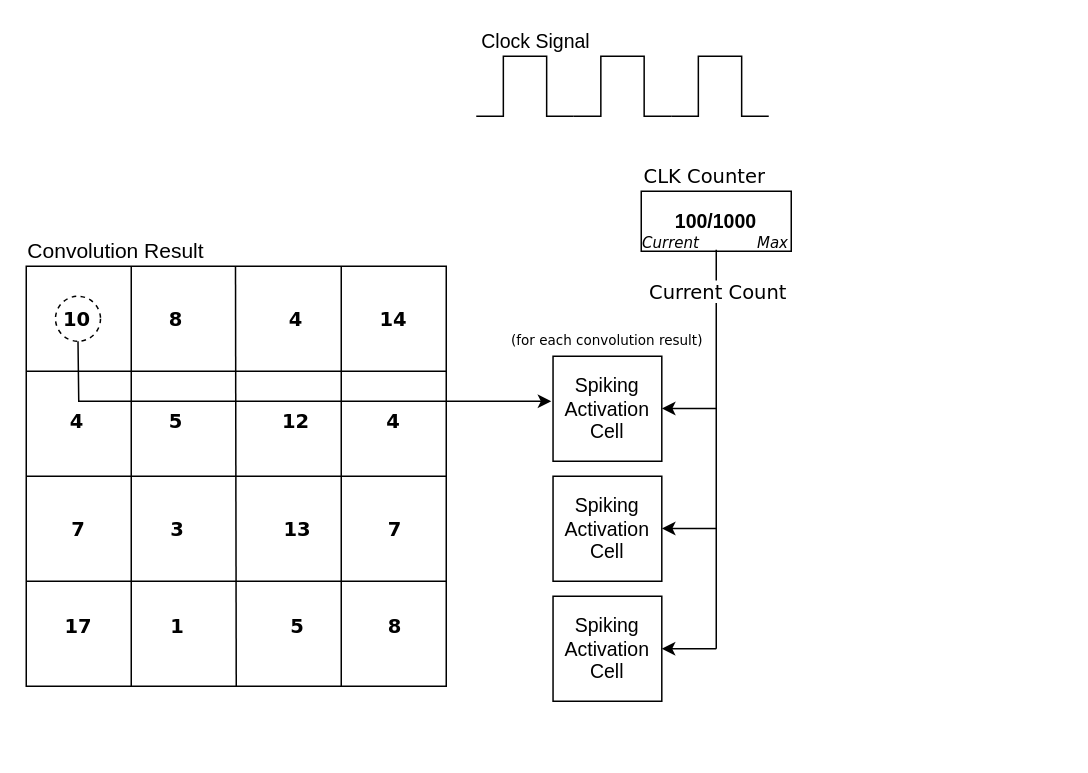
The draw.io diagram diagrams/spiking_activation_layer.drawio in HeatPhoenix/NLC4Space, before the edit. Source tidied: cells renumbered, new cells numbered last; positions are measured from the earlier drawing's top-left corner, leaving out a move shared by most shapes. Both pictures are drawn from the tidied source at 150%, with x=0, y=0 at pixel (26, 26).
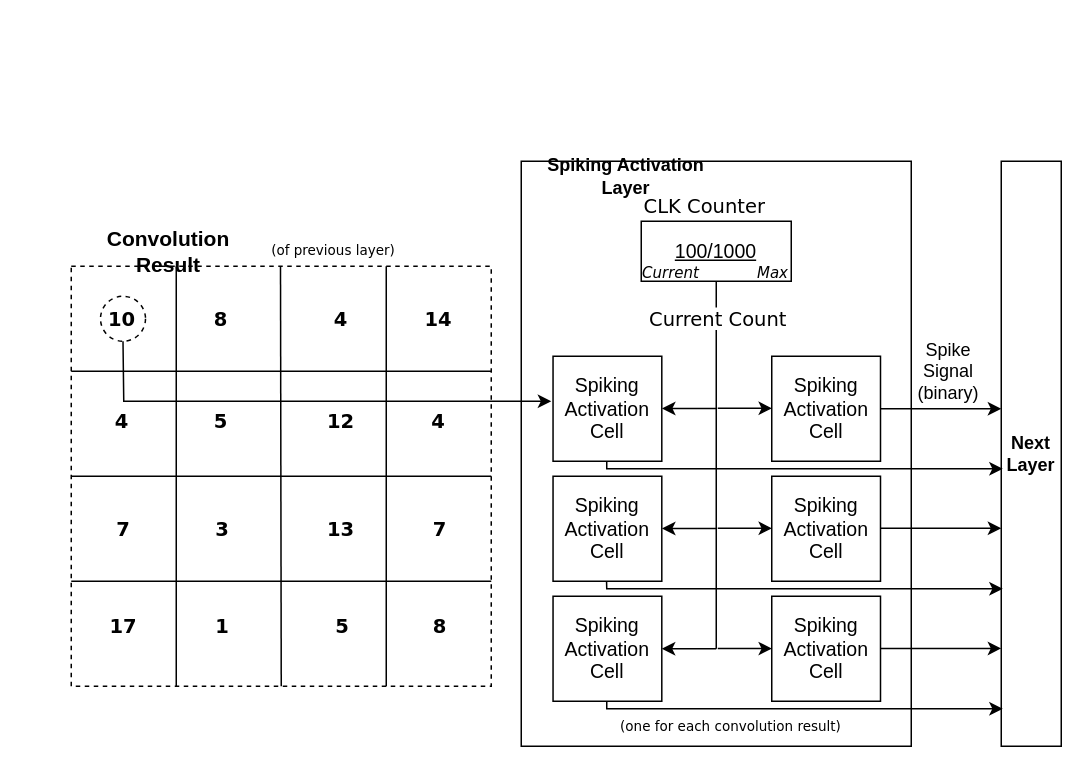
The same page after the edit.

Commit message (it also covers changes not shown here):
Finished the spiking layer diagrams, next is low pass layer

Unchanged cells that the change refers to:
```xml
<mxCell id="44" style="rounded=0;whiteSpace=wrap;html=1;fontFamily=Helvetica;fontSize=13;fillColor=none;" parent="43" vertex="1">
  <mxGeometry width="72.5" height="70" as="geometry" />
</mxCell>
```

Diff of the diagram source:
```diff
@@
+    <mxCell id="52" style="group;" parent="1" vertex="1">
+      <mxGeometry x="30" y="140" width="280" height="300" as="geometry" />
+    </mxCell>
-    <mxCell id="2" style="whiteSpace=wrap;html=1;fillColor=none;" parent="1" vertex="1">
-      <mxGeometry y="160" width="280" height="280" as="geometry" />
+    <mxCell id="2" style="whiteSpace=wrap;html=1;fillColor=none;dashed=1;" parent="52" vertex="1">
+      <mxGeometry y="20" width="280" height="280" as="geometry" />
     </mxCell>
-    <mxCell id="3" style="endArrow=none;html=1;exitX=0.25;exitY=1;exitDx=0;exitDy=0;entryX=0.25;entryY=0;entryDx=0;entryDy=0;" parent="1" edge="1" source="2" target="2">
+    <mxCell id="3" style="endArrow=none;html=1;exitX=0.25;exitY=1;exitDx=0;exitDy=0;entryX=0.25;entryY=0;entryDx=0;entryDy=0;" parent="52" edge="1" source="2" target="2">
       <mxGeometry relative="1" as="geometry" />
     </mxCell>
-    <mxCell id="4" style="endArrow=none;html=1;exitX=0.5;exitY=1;exitDx=0;exitDy=0;entryX=0.25;entryY=0;entryDx=0;entryDy=0;" parent="1" edge="1" source="2">
+    <mxCell id="4" style="endArrow=none;html=1;exitX=0.5;exitY=1;exitDx=0;exitDy=0;entryX=0.25;entryY=0;entryDx=0;entryDy=0;" parent="52" edge="1" source="2">
       <mxGeometry relative="1" as="geometry">
-        <mxPoint x="139.5" y="160" as="targetPoint" />
+        <mxPoint x="139.5" y="20" as="targetPoint" />
       </mxGeometry>
     </mxCell>
-    <mxCell id="5" style="endArrow=none;html=1;exitX=0.75;exitY=1;exitDx=0;exitDy=0;entryX=0.75;entryY=0;entryDx=0;entryDy=0;" parent="1" edge="1" source="2" target="2">
+    <mxCell id="5" style="endArrow=none;html=1;exitX=0.75;exitY=1;exitDx=0;exitDy=0;entryX=0.75;entryY=0;entryDx=0;entryDy=0;" parent="52" edge="1" source="2" target="2">
       <mxGeometry relative="1" as="geometry" />
     </mxCell>
-    <mxCell id="6" style="endArrow=none;html=1;entryX=1;entryY=0.75;entryDx=0;entryDy=0;exitX=0;exitY=0.75;exitDx=0;exitDy=0;" parent="1" edge="1" source="2" target="2">
+    <mxCell id="6" style="endArrow=none;html=1;entryX=1;entryY=0.75;entryDx=0;entryDy=0;exitX=0;exitY=0.75;exitDx=0;exitDy=0;" parent="52" edge="1" source="2" target="2">
       <mxGeometry relative="1" as="geometry" />
     </mxCell>
-    <mxCell id="7" style="endArrow=none;html=1;entryX=1;entryY=0.5;entryDx=0;entryDy=0;exitX=0;exitY=0.5;exitDx=0;exitDy=0;" parent="1" edge="1" source="2" target="2">
+    <mxCell id="7" style="endArrow=none;html=1;entryX=1;entryY=0.5;entryDx=0;entryDy=0;exitX=0;exitY=0.5;exitDx=0;exitDy=0;" parent="52" edge="1" source="2" target="2">
       <mxGeometry relative="1" as="geometry" />
     </mxCell>
-    <mxCell id="8" style="endArrow=none;html=1;exitX=0;exitY=0.25;exitDx=0;exitDy=0;" parent="1" edge="1" source="2">
+    <mxCell id="8" style="endArrow=none;html=1;exitX=0;exitY=0.25;exitDx=0;exitDy=0;" parent="52" edge="1" source="2">
       <mxGeometry relative="1" as="geometry">
-        <mxPoint x="280" y="230" as="targetPoint" />
+        <mxPoint x="280" y="90" as="targetPoint" />
       </mxGeometry>
     </mxCell>
-    <mxCell id="9" value="Convolution Result" style="text;html=1;strokeColor=none;fillColor=none;align=center;verticalAlign=middle;whiteSpace=wrap;rounded=0;fontSize=14;" parent="1" vertex="1">
-      <mxGeometry y="140" width="120" height="20" as="geometry" />
+    <mxCell id="9" value="&lt;b&gt;Convolution Result&lt;/b&gt;" style="text;html=1;strokeColor=none;fillColor=none;align=center;verticalAlign=middle;whiteSpace=wrap;rounded=0;fontSize=14;" parent="52" vertex="1">
+      <mxGeometry width="130" height="20" as="geometry" />
     </mxCell>
-    <mxCell id="10" value="10" style="text;html=1;strokeColor=none;fillColor=none;align=center;verticalAlign=middle;whiteSpace=wrap;rounded=0;fontStyle=1;fontFamily=Verdana;fontSize=13;" parent="1" vertex="1">
-      <mxGeometry x="14" y="185" width="40" height="20" as="geometry" />
+    <mxCell id="10" value="10" style="text;html=1;strokeColor=none;fillColor=none;align=center;verticalAlign=middle;whiteSpace=wrap;rounded=0;fontStyle=1;fontFamily=Verdana;fontSize=13;" parent="52" vertex="1">
+      <mxGeometry x="14" y="45" width="40" height="20" as="geometry" />
     </mxCell>
-    <mxCell id="11" value="8" style="text;html=1;strokeColor=none;fillColor=none;align=center;verticalAlign=middle;whiteSpace=wrap;rounded=0;fontStyle=1;fontFamily=Verdana;fontSize=13;" parent="1" vertex="1">
-      <mxGeometry x="80" y="185" width="40" height="20" as="geometry" />
+    <mxCell id="11" value="8" style="text;html=1;strokeColor=none;fillColor=none;align=center;verticalAlign=middle;whiteSpace=wrap;rounded=0;fontStyle=1;fontFamily=Verdana;fontSize=13;" parent="52" vertex="1">
+      <mxGeometry x="80" y="45" width="40" height="20" as="geometry" />
     </mxCell>
-    <mxCell id="12" value="4" style="text;html=1;strokeColor=none;fillColor=none;align=center;verticalAlign=middle;whiteSpace=wrap;rounded=0;fontStyle=1;fontFamily=Verdana;fontSize=13;" parent="1" vertex="1">
-      <mxGeometry x="160" y="185" width="40" height="20" as="geometry" />
+    <mxCell id="12" value="4" style="text;html=1;strokeColor=none;fillColor=none;align=center;verticalAlign=middle;whiteSpace=wrap;rounded=0;fontStyle=1;fontFamily=Verdana;fontSize=13;" parent="52" vertex="1">
+      <mxGeometry x="160" y="45" width="40" height="20" as="geometry" />
     </mxCell>
-    <mxCell id="13" value="14" style="text;html=1;strokeColor=none;fillColor=none;align=center;verticalAlign=middle;whiteSpace=wrap;rounded=0;fontStyle=1;fontFamily=Verdana;fontSize=13;" parent="1" vertex="1">
-      <mxGeometry x="225" y="185" width="40" height="20" as="geometry" />
+    <mxCell id="13" value="14" style="text;html=1;strokeColor=none;fillColor=none;align=center;verticalAlign=middle;whiteSpace=wrap;rounded=0;fontStyle=1;fontFamily=Verdana;fontSize=13;" parent="52" vertex="1">
+      <mxGeometry x="225" y="45" width="40" height="20" as="geometry" />
     </mxCell>
-    <mxCell id="14" value="4" style="text;html=1;strokeColor=none;fillColor=none;align=center;verticalAlign=middle;whiteSpace=wrap;rounded=0;fontStyle=1;fontFamily=Verdana;fontSize=13;" parent="1" vertex="1">
-      <mxGeometry x="14" y="253" width="40" height="20" as="geometry" />
+    <mxCell id="14" value="4" style="text;html=1;strokeColor=none;fillColor=none;align=center;verticalAlign=middle;whiteSpace=wrap;rounded=0;fontStyle=1;fontFamily=Verdana;fontSize=13;" parent="52" vertex="1">
+      <mxGeometry x="14" y="113" width="40" height="20" as="geometry" />
     </mxCell>
-    <mxCell id="15" value="5" style="text;html=1;strokeColor=none;fillColor=none;align=center;verticalAlign=middle;whiteSpace=wrap;rounded=0;fontStyle=1;fontFamily=Verdana;fontSize=13;" parent="1" vertex="1">
-      <mxGeometry x="80" y="253" width="40" height="20" as="geometry" />
+    <mxCell id="15" value="5" style="text;html=1;strokeColor=none;fillColor=none;align=center;verticalAlign=middle;whiteSpace=wrap;rounded=0;fontStyle=1;fontFamily=Verdana;fontSize=13;" parent="52" vertex="1">
+      <mxGeometry x="80" y="113" width="40" height="20" as="geometry" />
     </mxCell>
-    <mxCell id="16" value="12" style="text;html=1;strokeColor=none;fillColor=none;align=center;verticalAlign=middle;whiteSpace=wrap;rounded=0;fontStyle=1;fontFamily=Verdana;fontSize=13;" parent="1" vertex="1">
-      <mxGeometry x="160" y="253" width="40" height="20" as="geometry" />
+    <mxCell id="16" value="12" style="text;html=1;strokeColor=none;fillColor=none;align=center;verticalAlign=middle;whiteSpace=wrap;rounded=0;fontStyle=1;fontFamily=Verdana;fontSize=13;" parent="52" vertex="1">
+      <mxGeometry x="160" y="113" width="40" height="20" as="geometry" />
     </mxCell>
-    <mxCell id="17" value="4" style="text;html=1;strokeColor=none;fillColor=none;align=center;verticalAlign=middle;whiteSpace=wrap;rounded=0;fontStyle=1;fontFamily=Verdana;fontSize=13;" parent="1" vertex="1">
-      <mxGeometry x="225" y="253" width="40" height="20" as="geometry" />
+    <mxCell id="17" value="4" style="text;html=1;strokeColor=none;fillColor=none;align=center;verticalAlign=middle;whiteSpace=wrap;rounded=0;fontStyle=1;fontFamily=Verdana;fontSize=13;" parent="52" vertex="1">
+      <mxGeometry x="225" y="113" width="40" height="20" as="geometry" />
     </mxCell>
-    <mxCell id="18" value="7" style="text;html=1;strokeColor=none;fillColor=none;align=center;verticalAlign=middle;whiteSpace=wrap;rounded=0;fontStyle=1;fontFamily=Verdana;fontSize=13;" parent="1" vertex="1">
-      <mxGeometry x="14.5" y="325" width="40" height="20" as="geometry" />
+    <mxCell id="18" value="7" style="text;html=1;strokeColor=none;fillColor=none;align=center;verticalAlign=middle;whiteSpace=wrap;rounded=0;fontStyle=1;fontFamily=Verdana;fontSize=13;" parent="52" vertex="1">
+      <mxGeometry x="14.5" y="185" width="40" height="20" as="geometry" />
     </mxCell>
-    <mxCell id="19" value="3" style="text;html=1;strokeColor=none;fillColor=none;align=center;verticalAlign=middle;whiteSpace=wrap;rounded=0;fontStyle=1;fontFamily=Verdana;fontSize=13;" parent="1" vertex="1">
-      <mxGeometry x="80.5" y="325" width="40" height="20" as="geometry" />
+    <mxCell id="19" value="3" style="text;html=1;strokeColor=none;fillColor=none;align=center;verticalAlign=middle;whiteSpace=wrap;rounded=0;fontStyle=1;fontFamily=Verdana;fontSize=13;" parent="52" vertex="1">
+      <mxGeometry x="80.5" y="185" width="40" height="20" as="geometry" />
     </mxCell>
-    <mxCell id="20" value="13" style="text;html=1;strokeColor=none;fillColor=none;align=center;verticalAlign=middle;whiteSpace=wrap;rounded=0;fontStyle=1;fontFamily=Verdana;fontSize=13;" parent="1" vertex="1">
-      <mxGeometry x="160.5" y="325" width="40" height="20" as="geometry" />
+    <mxCell id="20" value="13" style="text;html=1;strokeColor=none;fillColor=none;align=center;verticalAlign=middle;whiteSpace=wrap;rounded=0;fontStyle=1;fontFamily=Verdana;fontSize=13;" parent="52" vertex="1">
+      <mxGeometry x="160" y="185" width="40" height="20" as="geometry" />
     </mxCell>
-    <mxCell id="21" value="7" style="text;html=1;strokeColor=none;fillColor=none;align=center;verticalAlign=middle;whiteSpace=wrap;rounded=0;fontStyle=1;fontFamily=Verdana;fontSize=13;" parent="1" vertex="1">
-      <mxGeometry x="225.5" y="325" width="40" height="20" as="geometry" />
+    <mxCell id="21" value="7" style="text;html=1;strokeColor=none;fillColor=none;align=center;verticalAlign=middle;whiteSpace=wrap;rounded=0;fontStyle=1;fontFamily=Verdana;fontSize=13;" parent="52" vertex="1">
+      <mxGeometry x="225.5" y="185" width="40" height="20" as="geometry" />
     </mxCell>
-    <mxCell id="22" value="17" style="text;html=1;strokeColor=none;fillColor=none;align=center;verticalAlign=middle;whiteSpace=wrap;rounded=0;fontStyle=1;fontFamily=Verdana;fontSize=13;" parent="1" vertex="1">
-      <mxGeometry x="14.5" y="390" width="40" height="20" as="geometry" />
+    <mxCell id="22" value="17" style="text;html=1;strokeColor=none;fillColor=none;align=center;verticalAlign=middle;whiteSpace=wrap;rounded=0;fontStyle=1;fontFamily=Verdana;fontSize=13;" parent="52" vertex="1">
+      <mxGeometry x="14.5" y="250" width="40" height="20" as="geometry" />
     </mxCell>
-    <mxCell id="23" value="1" style="text;html=1;strokeColor=none;fillColor=none;align=center;verticalAlign=middle;whiteSpace=wrap;rounded=0;fontStyle=1;fontFamily=Verdana;fontSize=13;" parent="1" vertex="1">
-      <mxGeometry x="80.5" y="390" width="40" height="20" as="geometry" />
+    <mxCell id="23" value="1" style="text;html=1;strokeColor=none;fillColor=none;align=center;verticalAlign=middle;whiteSpace=wrap;rounded=0;fontStyle=1;fontFamily=Verdana;fontSize=13;" parent="52" vertex="1">
+      <mxGeometry x="80.5" y="250" width="40" height="20" as="geometry" />
     </mxCell>
-    <mxCell id="24" value="5" style="text;html=1;strokeColor=none;fillColor=none;align=center;verticalAlign=middle;whiteSpace=wrap;rounded=0;fontStyle=1;fontFamily=Verdana;fontSize=13;" parent="1" vertex="1">
-      <mxGeometry x="160.5" y="390" width="40" height="20" as="geometry" />
+    <mxCell id="24" value="5" style="text;html=1;strokeColor=none;fillColor=none;align=center;verticalAlign=middle;whiteSpace=wrap;rounded=0;fontStyle=1;fontFamily=Verdana;fontSize=13;" parent="52" vertex="1">
+      <mxGeometry x="160.5" y="250" width="40" height="20" as="geometry" />
     </mxCell>
-    <mxCell id="25" value="8" style="text;html=1;strokeColor=none;fillColor=none;align=center;verticalAlign=middle;whiteSpace=wrap;rounded=0;fontStyle=1;fontFamily=Verdana;fontSize=13;" parent="1" vertex="1">
-      <mxGeometry x="225.5" y="390" width="40" height="20" as="geometry" />
+    <mxCell id="25" value="8" style="text;html=1;strokeColor=none;fillColor=none;align=center;verticalAlign=middle;whiteSpace=wrap;rounded=0;fontStyle=1;fontFamily=Verdana;fontSize=13;" parent="52" vertex="1">
+      <mxGeometry x="225.5" y="250" width="40" height="20" as="geometry" />
     </mxCell>
+    <mxCell id="27" style="ellipse;whiteSpace=wrap;html=1;fontFamily=Verdana;fontSize=13;fillColor=none;dashed=1;" parent="52" vertex="1">
+      <mxGeometry x="19.5" y="40" width="30" height="30" as="geometry" />
+    </mxCell>
+    <mxCell id="53" value="(of previous layer)" style="text;html=1;strokeColor=none;fillColor=none;align=center;verticalAlign=middle;whiteSpace=wrap;rounded=0;fontFamily=Verdana;fontSize=9;" parent="52" vertex="1">
+      <mxGeometry x="130" width="89.5" height="20" as="geometry" />
+    </mxCell>
+    <mxCell id="54" style="rounded=0;whiteSpace=wrap;html=1;fillColor=none;" parent="1" vertex="1">
+      <mxGeometry x="330" y="90" width="260" height="390" as="geometry" />
+    </mxCell>
     <mxCell id="26" style="endArrow=classic;html=1;fontFamily=Verdana;fontSize=13;rounded=0;exitX=0.5;exitY=1;exitDx=0;exitDy=0;" parent="1" edge="1" source="27">
       <mxGeometry relative="1" as="geometry">
         <mxPoint x="350" y="250" as="targetPoint" />
         <Array as="points">
-          <mxPoint x="35" y="250" />
+          <mxPoint x="65" y="250" />
         </Array>
       </mxGeometry>
     </mxCell>
-    <mxCell id="27" style="ellipse;whiteSpace=wrap;html=1;fontFamily=Verdana;fontSize=13;fillColor=none;dashed=1;" parent="1" vertex="1">
-      <mxGeometry x="19.5" y="180" width="30" height="30" as="geometry" />
-    </mxCell>
-    <mxCell id="28" style="endArrow=none;html=1;fontFamily=Verdana;fontSize=13;exitX=0.5;exitY=1;exitDx=0;exitDy=0;rounded=0;endFill=0;" parent="1" edge="1">
+    <mxCell id="28" style="endArrow=none;html=1;fontFamily=Verdana;fontSize=13;exitX=0.5;exitY=1.005;exitDx=0;exitDy=0;rounded=0;endFill=0;exitPerimeter=0;" parent="1" edge="1" source="36">
       <mxGeometry relative="1" as="geometry">
-        <mxPoint x="460" y="149" as="sourcePoint" />
         <mxPoint x="460" y="415" as="targetPoint" />
       </mxGeometry>
     </mxCell>
     <mxCell id="29" value="Current Count" style="edgeLabel;html=1;align=center;verticalAlign=middle;fontSize=13;fontFamily=Verdana;" parent="28" vertex="1">
       <mxGeometry x="-0.02" relative="1" as="geometry">
-        <mxPoint y="-103" as="offset" />
+        <mxPoint y="-96" as="offset" />
       </mxGeometry>
     </mxCell>
-    <mxCell id="30" value="(for each convolution result)" style="text;html=1;strokeColor=none;fillColor=none;align=center;verticalAlign=middle;whiteSpace=wrap;rounded=0;fontFamily=Verdana;fontSize=9;" parent="1" vertex="1">
-      <mxGeometry x="321.2" y="200" width="132.5" height="20" as="geometry" />
+    <mxCell id="30" value="(one for each convolution result)" style="text;html=1;strokeColor=none;fillColor=none;align=center;verticalAlign=middle;whiteSpace=wrap;rounded=0;fontFamily=Verdana;fontSize=9;" parent="1" vertex="1">
+      <mxGeometry x="390" y="457" width="160" height="20" as="geometry" />
     </mxCell>
-    <mxCell id="31" style="verticalLabelPosition=bottom;shadow=0;dashed=0;align=center;html=1;verticalAlign=top;shape=mxgraph.electrical.waveforms.pulse_1;fontFamily=Verdana;fontSize=13;fillColor=none;" parent="1" vertex="1">
-      <mxGeometry x="300" y="20" width="65" height="40" as="geometry" />
-    </mxCell>
-    <mxCell id="32" style="verticalLabelPosition=bottom;shadow=0;dashed=0;align=center;html=1;verticalAlign=top;shape=mxgraph.electrical.waveforms.pulse_1;fontFamily=Verdana;fontSize=13;fillColor=none;" parent="1" vertex="1">
-      <mxGeometry x="365" y="20" width="65" height="40" as="geometry" />
-    </mxCell>
-    <mxCell id="33" style="verticalLabelPosition=bottom;shadow=0;dashed=0;align=center;html=1;verticalAlign=top;shape=mxgraph.electrical.waveforms.pulse_1;fontFamily=Verdana;fontSize=13;fillColor=none;" parent="1" vertex="1">
-      <mxGeometry x="430" y="20" width="65" height="40" as="geometry" />
-    </mxCell>
-    <mxCell id="34" value="Clock Signal" style="text;html=1;strokeColor=none;fillColor=none;align=center;verticalAlign=middle;whiteSpace=wrap;rounded=0;dashed=1;fontFamily=Helvetica;fontSize=13;" parent="1" vertex="1">
-      <mxGeometry x="300" width="80" height="20" as="geometry" />
-    </mxCell>
     <mxCell id="35" style="group;" parent="1" vertex="1">
-      <mxGeometry x="410" y="90" width="100" height="60" as="geometry" />
+      <mxGeometry x="410" y="110" width="100" height="60" as="geometry" />
     </mxCell>
-    <mxCell id="36" value="&lt;b&gt;100/1000&lt;/b&gt;" style="rounded=0;whiteSpace=wrap;html=1;fontFamily=Helvetica;fontSize=13;fillColor=none;" parent="35" vertex="1">
+    <mxCell id="36" value="&lt;u&gt;100/1000&lt;/u&gt;" style="rounded=0;whiteSpace=wrap;html=1;fontFamily=Helvetica;fontSize=13;fillColor=none;" parent="35" vertex="1">
       <mxGeometry y="20" width="100" height="40" as="geometry" />
     </mxCell>
@@
+    <mxCell id="55" value="Spiking Activation Layer" style="text;html=1;strokeColor=none;fillColor=none;align=center;verticalAlign=middle;whiteSpace=wrap;rounded=0;fontStyle=1;" parent="1" vertex="1">
+      <mxGeometry x="330" y="90" width="140" height="20" as="geometry" />
+    </mxCell>
+    <mxCell id="56" style="group;flipH=1;" parent="1" vertex="1">
+      <mxGeometry x="497" y="220" width="72.5" height="70" as="geometry" />
+    </mxCell>
+    <mxCell id="57" style="rounded=0;whiteSpace=wrap;html=1;fontFamily=Helvetica;fontSize=13;fillColor=none;" parent="56" vertex="1">
+      <mxGeometry width="72.5" height="70" as="geometry" />
+    </mxCell>
+    <mxCell id="58" value="Spiking Activation Cell" style="text;html=1;strokeColor=none;fillColor=none;align=center;verticalAlign=middle;whiteSpace=wrap;rounded=0;fontFamily=Helvetica;fontSize=13;" parent="56" vertex="1">
+      <mxGeometry x="1.9" y="25" width="68.8" height="20" as="geometry" />
+    </mxCell>
+    <mxCell id="59" style="group;flipH=1;" parent="1" vertex="1">
+      <mxGeometry x="497" y="300" width="72.5" height="70" as="geometry" />
+    </mxCell>
+    <mxCell id="60" style="rounded=0;whiteSpace=wrap;html=1;fontFamily=Helvetica;fontSize=13;fillColor=none;" parent="59" vertex="1">
+      <mxGeometry width="72.5" height="70" as="geometry" />
+    </mxCell>
+    <mxCell id="61" value="Spiking Activation Cell" style="text;html=1;strokeColor=none;fillColor=none;align=center;verticalAlign=middle;whiteSpace=wrap;rounded=0;fontFamily=Helvetica;fontSize=13;" parent="59" vertex="1">
+      <mxGeometry x="1.9" y="25" width="68.8" height="20" as="geometry" />
+    </mxCell>
+    <mxCell id="62" style="group;flipH=1;" parent="1" vertex="1">
+      <mxGeometry x="497" y="380" width="72.5" height="70" as="geometry" />
+    </mxCell>
+    <mxCell id="63" style="rounded=0;whiteSpace=wrap;html=1;fontFamily=Helvetica;fontSize=13;fillColor=none;" parent="62" vertex="1">
+      <mxGeometry width="72.5" height="70" as="geometry" />
+    </mxCell>
+    <mxCell id="64" value="Spiking Activation Cell" style="text;html=1;strokeColor=none;fillColor=none;align=center;verticalAlign=middle;whiteSpace=wrap;rounded=0;fontFamily=Helvetica;fontSize=13;" parent="62" vertex="1">
+      <mxGeometry x="1.9" y="25" width="68.8" height="20" as="geometry" />
+    </mxCell>
+    <mxCell id="65" style="endArrow=classic;html=1;entryX=1;entryY=0.5;entryDx=0;entryDy=0;flipH=1;" parent="1" edge="1">
+      <mxGeometry relative="1" as="geometry">
+        <mxPoint x="496.2" y="414.9" as="sourcePoint" />
+        <mxPoint x="460" y="414.9" as="targetPoint" />
+      </mxGeometry>
+    </mxCell>
+    <mxCell id="66" style="endArrow=classic;html=1;entryX=1;entryY=0.5;entryDx=0;entryDy=0;flipH=1;" parent="1" edge="1">
+      <mxGeometry relative="1" as="geometry">
+        <mxPoint x="496.2" y="334.7" as="sourcePoint" />
+        <mxPoint x="460" y="334.7" as="targetPoint" />
+      </mxGeometry>
+    </mxCell>
+    <mxCell id="67" style="endArrow=classic;html=1;entryX=1;entryY=0.5;entryDx=0;entryDy=0;flipH=1;" parent="1" edge="1">
+      <mxGeometry relative="1" as="geometry">
+        <mxPoint x="496.2" y="254.7" as="sourcePoint" />
+        <mxPoint x="460" y="254.7" as="targetPoint" />
+      </mxGeometry>
+    </mxCell>
+    <mxCell id="68" style="endArrow=classic;html=1;exitX=1;exitY=0.5;exitDx=0;exitDy=0;" parent="1" edge="1" source="57">
+      <mxGeometry relative="1" as="geometry">
+        <mxPoint x="650" y="255" as="targetPoint" />
+      </mxGeometry>
+    </mxCell>
+    <mxCell id="69" style="endArrow=classic;html=1;exitX=1;exitY=0.5;exitDx=0;exitDy=0;" parent="1" edge="1">
+      <mxGeometry relative="1" as="geometry">
+        <mxPoint x="569.5" y="334.7" as="sourcePoint" />
+        <mxPoint x="650" y="334.7" as="targetPoint" />
+      </mxGeometry>
+    </mxCell>
+    <mxCell id="70" style="endArrow=classic;html=1;exitX=1;exitY=0.5;exitDx=0;exitDy=0;" parent="1" edge="1">
+      <mxGeometry relative="1" as="geometry">
+        <mxPoint x="569.5" y="414.8" as="sourcePoint" />
+        <mxPoint x="650" y="414.8" as="targetPoint" />
+      </mxGeometry>
+    </mxCell>
+    <mxCell id="71" style="endArrow=classic;html=1;exitX=0.492;exitY=0.999;exitDx=0;exitDy=0;edgeStyle=elbowEdgeStyle;rounded=0;exitPerimeter=0;" parent="1" edge="1" source="44">
+      <mxGeometry relative="1" as="geometry">
+        <mxPoint x="651" y="375" as="targetPoint" />
+        <Array as="points">
+          <mxPoint x="387" y="372" />
+        </Array>
+      </mxGeometry>
+    </mxCell>
+    <mxCell id="72" style="endArrow=classic;html=1;edgeStyle=elbowEdgeStyle;rounded=0;" parent="1" edge="1">
+      <mxGeometry relative="1" as="geometry">
+        <mxPoint x="387" y="450" as="sourcePoint" />
+        <mxPoint x="651" y="455" as="targetPoint" />
+        <Array as="points">
+          <mxPoint x="387" y="453" />
+        </Array>
+      </mxGeometry>
+    </mxCell>
+    <mxCell id="73" style="endArrow=classic;html=1;edgeStyle=elbowEdgeStyle;rounded=0;" parent="1" edge="1">
+      <mxGeometry relative="1" as="geometry">
+        <mxPoint x="387" y="290" as="sourcePoint" />
+        <mxPoint x="651" y="295" as="targetPoint" />
+        <Array as="points">
+          <mxPoint x="387" y="292" />
+        </Array>
+      </mxGeometry>
+    </mxCell>
+    <mxCell id="74" value="&lt;span style=&quot;font-style: normal&quot;&gt;Spike Signal&lt;br&gt;(binary)&lt;br&gt;&lt;/span&gt;" style="text;html=1;strokeColor=none;fillColor=none;align=center;verticalAlign=middle;whiteSpace=wrap;rounded=0;dashed=1;fontStyle=2;" parent="1" vertex="1">
+      <mxGeometry x="590" y="220" width="50" height="20" as="geometry" />
+    </mxCell>
+    <mxCell id="75" value="&lt;b&gt;Next&lt;br&gt;Layer&lt;/b&gt;" style="rounded=0;whiteSpace=wrap;html=1;fillColor=none;" parent="1" vertex="1">
+      <mxGeometry x="650" y="90" width="40" height="390" as="geometry" />
+    </mxCell>
```
